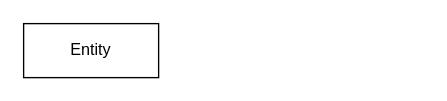
The draw.io diagram Modelo.drawio in Aldo-CL/Bases-Datos, before the edit. Source tidied: cells renumbered, new cells numbered last; positions are measured from the earlier drawing's top-left corner, leaving out a move shared by most shapes. Both pictures are drawn from the tidied source at 135%, with x=0, y=0 at pixel (23, 23).
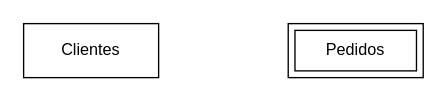
The same page after the edit.

Diff of the diagram source:
```diff
@@
 <mxGraphModel>
   <root>
     <mxCell id="0" />
     <mxCell id="1" parent="0" />
-    <mxCell id="2" value="Entity" style="whiteSpace=wrap;html=1;align=center;" parent="1" vertex="1">
+    <mxCell id="2" value="Clientes" style="whiteSpace=wrap;html=1;align=center;" parent="1" vertex="1">
       <mxGeometry width="100" height="40" as="geometry" />
     </mxCell>
+    <mxCell id="3" value="Pedidos" style="shape=ext;margin=3;double=1;whiteSpace=wrap;html=1;align=center;" parent="1" vertex="1">
+      <mxGeometry x="196" width="100" height="40" as="geometry" />
+    </mxCell>
   </root>
 </mxGraphModel>
```
